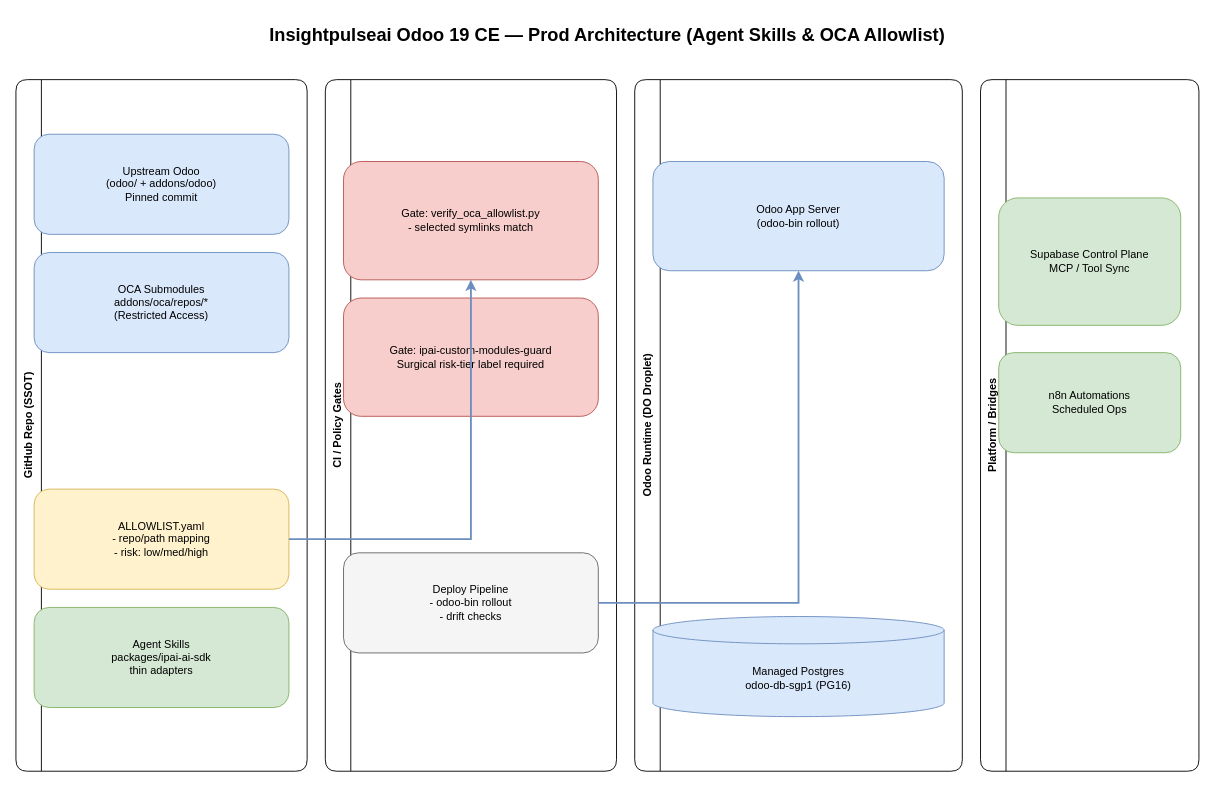
This is docs/diagrams/azure/odoo-ops-architecture.drawio from Insightpulseai/odoo, a draw.io file, before an edit. Source tidied: cells renumbered, new cells numbered last; positions are measured from the earlier drawing's top-left corner, leaving out a move shared by most shapes. Both pictures are drawn from the tidied source at 91%, with x=0, y=0 at pixel (15, 15).
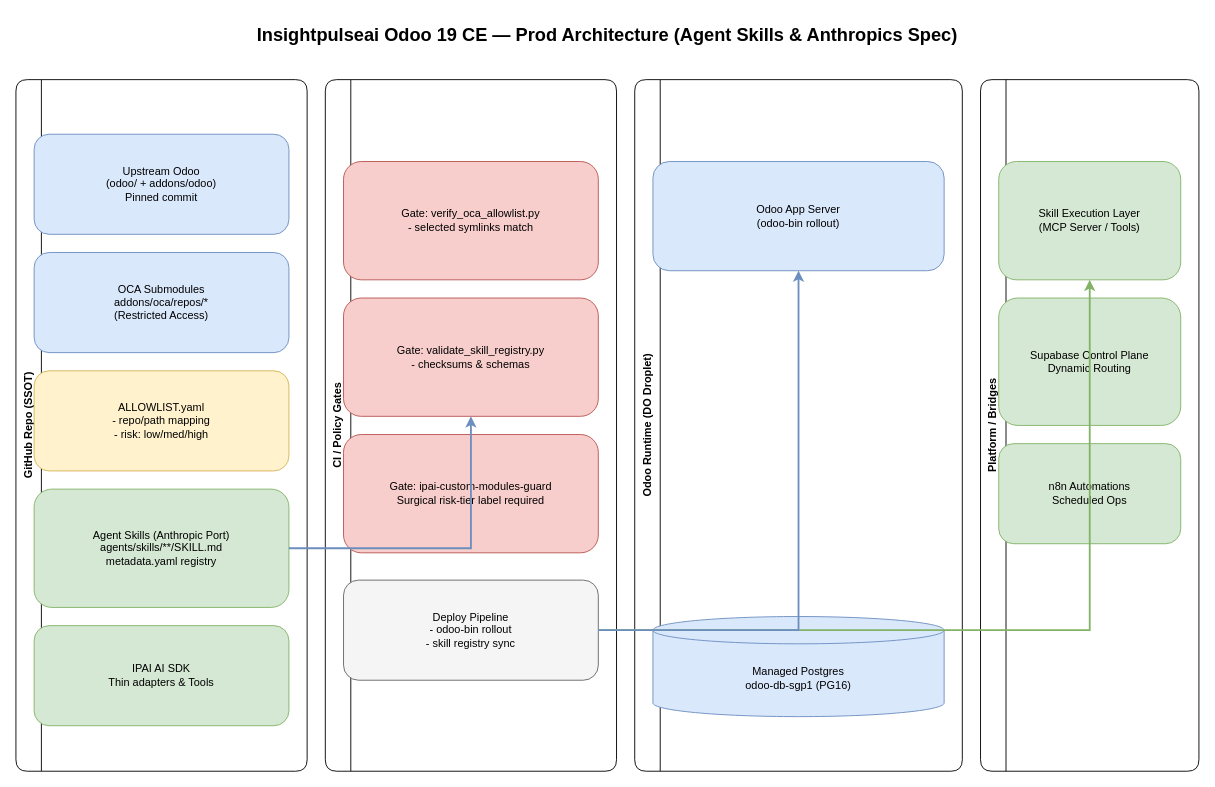
Above is the later version.

Commit message (it also covers changes not shown here):
docs(diagrams): integrate Anthropics Skills framework and MCP layer

The change refers to these unchanged cells:
```xml
<mxCell id="3" value="GitHub Repo (SSOT)" style="swimlane;horizontal=0;whiteSpace=wrap;html=1;fillColor=#ffffff;strokeColor=#000000;rounded=1;startSize=28;" parent="1" vertex="1">
  <mxGeometry y="70" width="320" height="760" as="geometry" />
</mxCell>
<mxCell id="4" value="CI / Policy Gates" style="swimlane;horizontal=0;whiteSpace=wrap;html=1;fillColor=#ffffff;strokeColor=#000000;rounded=1;startSize=28;" parent="1" vertex="1">
  <mxGeometry x="340" y="70" width="320" height="760" as="geometry" />
</mxCell>
<mxCell id="6" value="Platform / Bridges" style="swimlane;horizontal=0;whiteSpace=wrap;html=1;fillColor=#ffffff;strokeColor=#000000;rounded=1;startSize=28;" parent="1" vertex="1">
  <mxGeometry x="1060" y="70" width="240" height="760" as="geometry" />
</mxCell>
<mxCell id="11" value="Gate: verify_oca_allowlist.py&#10;- selected symlinks match" style="rounded=1;whiteSpace=wrap;html=1;fillColor=#f8cecc;strokeColor=#b85450;" parent="4" vertex="1">
  <mxGeometry x="20" y="90" width="280" height="130" as="geometry" />
</mxCell>
<mxCell id="14" value="Odoo App Server&#10;(odoo-bin rollout)" style="rounded=1;whiteSpace=wrap;html=1;fillColor=#dae8fc;strokeColor=#6c8ebf;" parent="5" vertex="1">
  <mxGeometry x="20" y="90" width="320" height="120" as="geometry" />
</mxCell>
```

The edit, as a diff of the source:
```diff
@@
-    <mxCell id="2" value="Insightpulseai Odoo 19 CE — Prod Architecture (Agent Skills &amp; OCA Allowlist)" style="text;html=1;strokeColor=none;fillColor=none;align=center;verticalAlign=middle;whiteSpace=wrap;rounded=0;fontSize=20;fontStyle=1;" parent="1" vertex="1">
+    <mxCell id="2" value="Insightpulseai Odoo 19 CE — Prod Architecture (Agent Skills &amp; Anthropics Spec)" style="text;html=1;strokeColor=none;fillColor=none;align=center;verticalAlign=middle;whiteSpace=wrap;rounded=0;fontSize=20;fontStyle=1;" parent="1" vertex="1">
       <mxGeometry width="1300" height="40" as="geometry" />
     </mxCell>
@@
     <mxCell id="9" value="ALLOWLIST.yaml&#10;- repo/path mapping&#10;- risk: low/med/high" style="rounded=1;whiteSpace=wrap;html=1;fillColor=#fff2cc;strokeColor=#d6b656;" parent="3" vertex="1">
-      <mxGeometry x="20" y="450" width="280" height="110" as="geometry" />
+      <mxGeometry x="20" y="320" width="280" height="110" as="geometry" />
     </mxCell>
+    <mxCell id="20" value="Agent Skills (Anthropic Port)&#10;agents/skills/**/SKILL.md&#10;metadata.yaml registry" style="rounded=1;whiteSpace=wrap;html=1;fillColor=#d5e8d4;strokeColor=#82b366;" parent="3" vertex="1">
+      <mxGeometry x="20" y="450" width="280" height="130" as="geometry" />
+    </mxCell>
-    <mxCell id="10" value="Agent Skills&#10;packages/ipai-ai-sdk&#10;thin adapters" style="rounded=1;whiteSpace=wrap;html=1;fillColor=#d5e8d4;strokeColor=#82b366;" parent="3" vertex="1">
-      <mxGeometry x="20" y="580" width="280" height="110" as="geometry" />
+    <mxCell id="10" value="IPAI AI SDK&#10;Thin adapters &amp; Tools" style="rounded=1;whiteSpace=wrap;html=1;fillColor=#d5e8d4;strokeColor=#82b366;" parent="3" vertex="1">
+      <mxGeometry x="20" y="600" width="280" height="110" as="geometry" />
     </mxCell>
@@
+    <mxCell id="21" value="Gate: validate_skill_registry.py&#10;- checksums &amp; schemas" style="rounded=1;whiteSpace=wrap;html=1;fillColor=#f8cecc;strokeColor=#b85450;" parent="4" vertex="1">
+      <mxGeometry x="20" y="240" width="280" height="130" as="geometry" />
+    </mxCell>
     <mxCell id="12" value="Gate: ipai-custom-modules-guard&#10;Surgical risk-tier label required" style="rounded=1;whiteSpace=wrap;html=1;fillColor=#f8cecc;strokeColor=#b85450;" parent="4" vertex="1">
-      <mxGeometry x="20" y="240" width="280" height="130" as="geometry" />
+      <mxGeometry x="20" y="390" width="280" height="130" as="geometry" />
     </mxCell>
-    <mxCell id="13" value="Deploy Pipeline&#10;- odoo-bin rollout&#10;- drift checks" style="rounded=1;whiteSpace=wrap;html=1;fillColor=#f5f5f5;strokeColor=#666666;" parent="4" vertex="1">
-      <mxGeometry x="20" y="520" width="280" height="110" as="geometry" />
+    <mxCell id="13" value="Deploy Pipeline&#10;- odoo-bin rollout&#10;- skill registry sync" style="rounded=1;whiteSpace=wrap;html=1;fillColor=#f5f5f5;strokeColor=#666666;" parent="4" vertex="1">
+      <mxGeometry x="20" y="550" width="280" height="110" as="geometry" />
     </mxCell>
@@
+    <mxCell id="22" value="Skill Execution Layer&#10;(MCP Server / Tools)" style="rounded=1;whiteSpace=wrap;html=1;fillColor=#d5e8d4;strokeColor=#82b366;" parent="6" vertex="1">
+      <mxGeometry x="20" y="90" width="200" height="130" as="geometry" />
+    </mxCell>
-    <mxCell id="16" value="Supabase Control Plane&#10;MCP / Tool Sync" style="rounded=1;whiteSpace=wrap;html=1;fillColor=#d5e8d4;strokeColor=#82b366;" parent="6" vertex="1">
-      <mxGeometry x="20" y="130" width="200" height="140" as="geometry" />
+    <mxCell id="16" value="Supabase Control Plane&#10;Dynamic Routing" style="rounded=1;whiteSpace=wrap;html=1;fillColor=#d5e8d4;strokeColor=#82b366;" parent="6" vertex="1">
+      <mxGeometry x="20" y="240" width="200" height="140" as="geometry" />
     </mxCell>
     <mxCell id="17" value="n8n Automations&#10;Scheduled Ops" style="rounded=1;whiteSpace=wrap;html=1;fillColor=#d5e8d4;strokeColor=#82b366;" parent="6" vertex="1">
-      <mxGeometry x="20" y="300" width="200" height="110" as="geometry" />
+      <mxGeometry x="20" y="400" width="200" height="110" as="geometry" />
     </mxCell>
-    <mxCell id="18" style="edgeStyle=orthogonalEdgeStyle;rounded=0;jettySize=auto;html=1;strokeWidth=2;strokeColor=#6c8ebf;" parent="1" edge="1" source="9" target="11">
+    <mxCell id="18" style="edgeStyle=orthogonalEdgeStyle;rounded=0;jettySize=auto;html=1;strokeWidth=2;strokeColor=#6c8ebf;" parent="1" edge="1" source="20" target="21">
       <mxGeometry relative="1" as="geometry" />
     </mxCell>
-    <mxCell id="19" style="edgeStyle=orthogonalEdgeStyle;rounded=0;jettySize=auto;html=1;strokeWidth=2;strokeColor=#6c8ebf;" parent="1" edge="1" source="13" target="14">
+    <mxCell id="19" style="edgeStyle=orthogonalEdgeStyle;rounded=0;jettySize=auto;html=1;strokeWidth=2;strokeColor=#82b366;" parent="1" edge="1" source="13" target="22">
       <mxGeometry relative="1" as="geometry" />
     </mxCell>
+    <mxCell id="23" style="edgeStyle=orthogonalEdgeStyle;rounded=0;jettySize=auto;html=1;strokeWidth=2;strokeColor=#6c8ebf;" parent="1" edge="1" source="13" target="14">
+      <mxGeometry relative="1" as="geometry" />
+    </mxCell>
```
